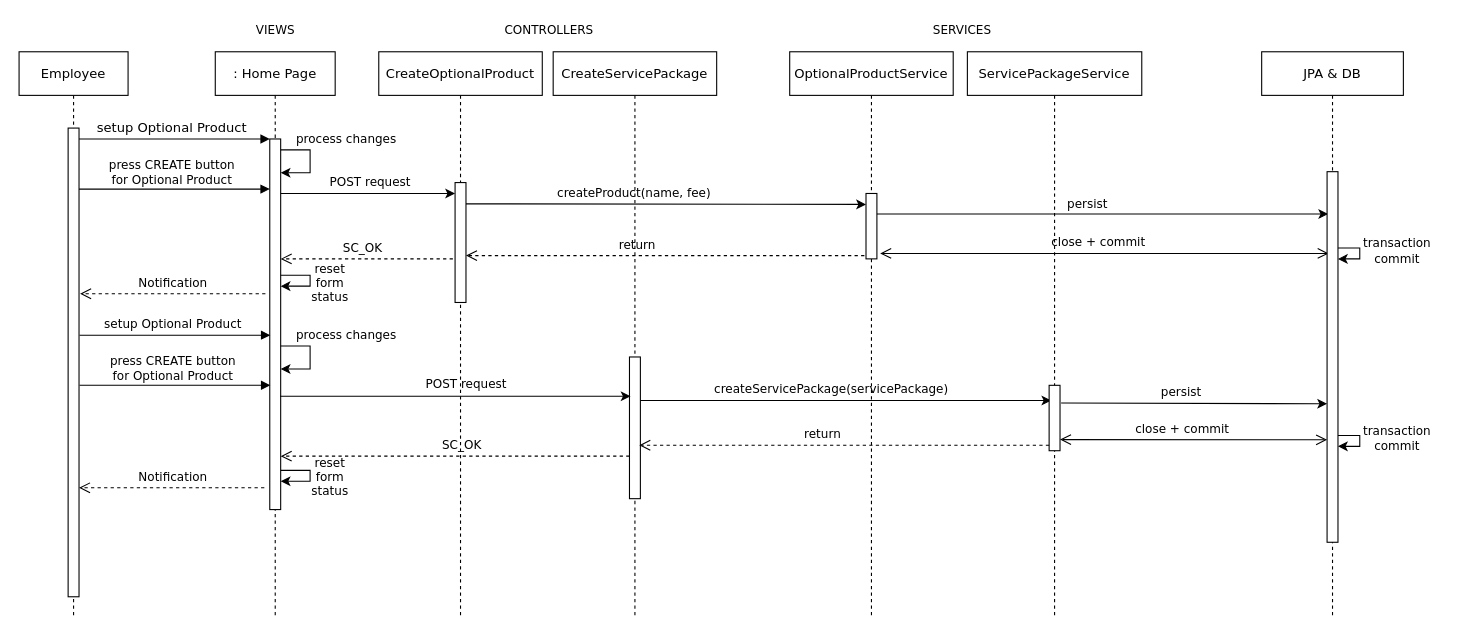
This is Documentation/Diagrams/UML_Sequence_2.drawio from daviderigamonti/DB2Project-Telco, a draw.io file, before an edit. Source tidied: cells renumbered, new cells numbered last; positions are measured from the earlier drawing's top-left corner, leaving out a move shared by most shapes. Both pictures are drawn from the tidied source at 109%, with x=0, y=0 at pixel (19, 19).
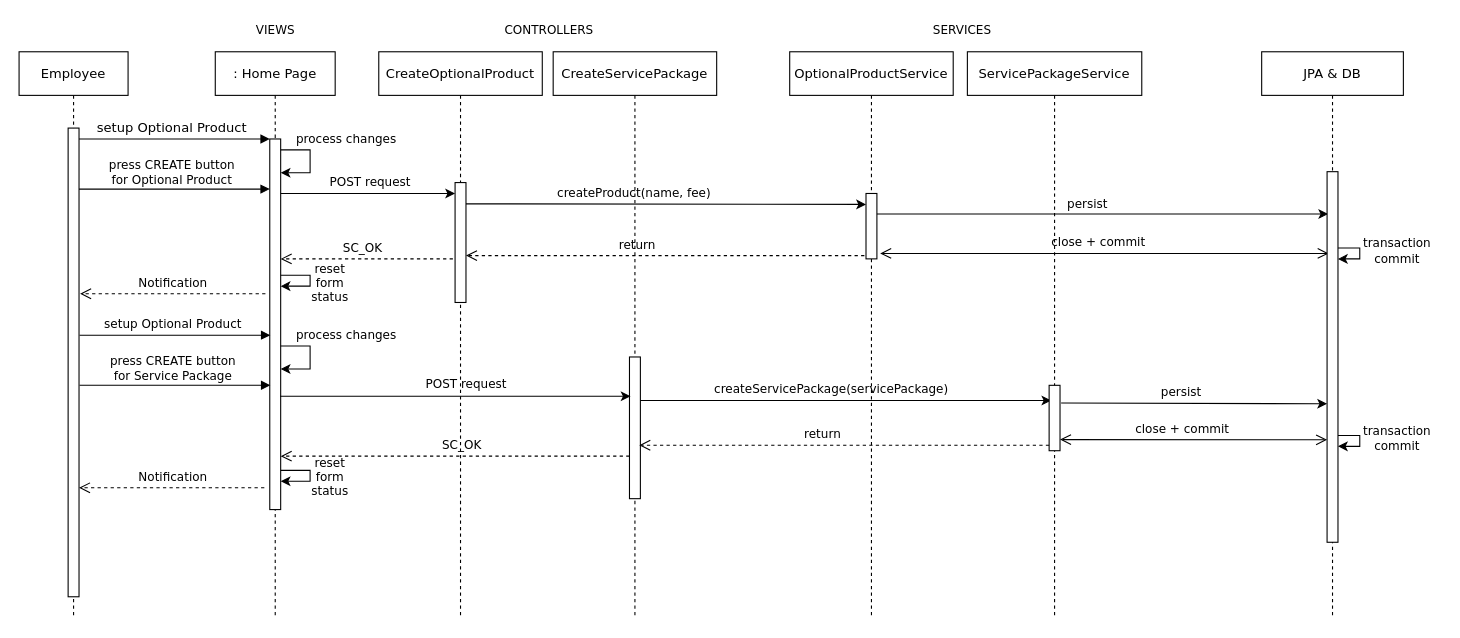
After the change.

Diff of the diagram source:
```diff
@@
-    <mxCell id="42" value="&lt;div style=&quot;font-size: 11px;&quot;&gt;press CREATE button&lt;/div&gt;&lt;div style=&quot;font-size: 11px;&quot;&gt;for Optional Product&lt;br style=&quot;font-size: 11px;&quot;&gt;&lt;/div&gt;" style="text;html=1;align=center;verticalAlign=middle;strokeColor=none;fillColor=none;fontFamily=Verdana;fontSize=11;" parent="1" vertex="1">
+    <mxCell id="42" value="&lt;div style=&quot;font-size: 11px&quot;&gt;press CREATE button&lt;/div&gt;&lt;div style=&quot;font-size: 11px&quot;&gt;for Service Package&lt;br style=&quot;font-size: 11px&quot;&gt;&lt;/div&gt;" style="text;html=1;align=center;verticalAlign=middle;strokeColor=none;fillColor=none;fontFamily=Verdana;fontSize=11;" parent="1" vertex="1">
       <mxGeometry x="70.5" y="306" width="140" height="30" as="geometry" />
     </mxCell>
```
